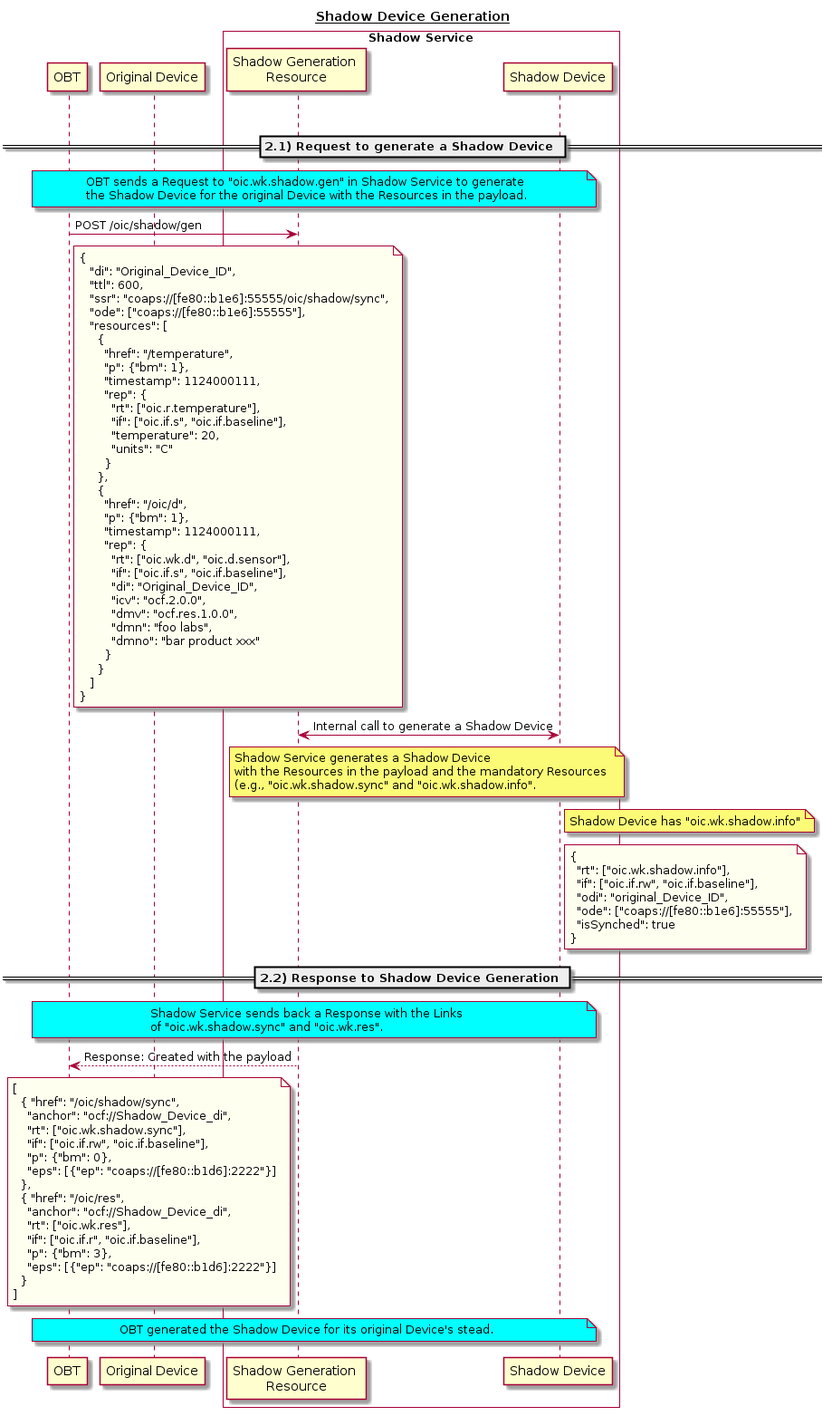
This is fig2 Shadow Device Generation.png from jinchoe/ShadowSync, a PlantUML export, as it was before one commit. The source it was exported from:
```plantuml
@startuml
title __Shadow Device Generation__

|||

participant OBT
participant "Original Device"
participant "Shadow Generation \nResource"
participant "Shadow Device"
box "Shadow Service" #White
participant "Shadow Generation \nResource"
participant "Shadow Device"
end box

== 2.1) Request to generate a Shadow Device ==

note over OBT, "Shadow Device" #Aqua
OBT sends a Request to "oic.wk.shadow.gen" in Shadow Service to generate
the Shadow Device for the original Device with the Resources in the payload.
endnote

OBT -> "Shadow Generation \nResource": POST /oic/shadow/gen

note right of OBT #ivory
{
   "di": "Original_Device_ID",
   "ttl": 600,
   "ssr": "coaps://[fe80::b1e6]:55555/oic/shadow/sync",
   "ode": ["coaps://[fe80::b1e6]:55555"],
   "resources": [
     {
       "href": "/temperature",
       "p": {"bm": 1},
       "timestamp": 1124000111,
       "rep": {
         "rt": ["oic.r.temperature"],
         "if": ["oic.if.s", "oic.if.baseline"],
         "temperature": 20,
         "units": "C"
       }
     },
     {
       "href": "/oic/d",
       "p": {"bm": 1},
       "timestamp": 1124000111,
       "rep": {
         "rt": ["oic.wk.d", "oic.d.sensor"],
         "if": ["oic.if.s", "oic.if.baseline"],
         "di": "Original_Device_ID",
         "icv": "ocf.2.0.0",
         "dmv": "ocf.res.1.0.0",
         "dmn": "foo labs",
         "dmno": "bar product xxx"
       }
     }
   ]
}
endnote

"Shadow Generation \nResource" <-> "Shadow Device": Internal call to generate a Shadow Device

note over "Shadow Generation \nResource", "Shadow Device"
Shadow Service generates a Shadow Device
with the Resources in the payload and the mandatory Resources
(e.g., "oic.wk.shadow.sync" and "oic.wk.shadow.info".
endnote

note right of "Shadow Device"
Shadow Device has "oic.wk.shadow.info"
endnote

note right of "Shadow Device" #ivory
{
  "rt": ["oic.wk.shadow.info"],
  "if": ["oic.if.rw", "oic.if.baseline"],
  "odi": "original_Device_ID",
  "ode": ["coaps://[fe80::b1e6]:55555"],
  "isSynched": true
}
endnote

== 2.2) Response to Shadow Device Generation ==

note over OBT, "Shadow Device" #Aqua
Shadow Service sends back a Response with the Links
of "oic.wk.shadow.sync" and "oic.wk.res".
endnote


"Shadow Generation \nResource" --> OBT: Response: Created with the payload

note left of "Shadow Generation \nResource" #ivory
[
  { "href": "/oic/shadow/sync",
    "anchor": "ocf://Shadow_Device_di",
    "rt": ["oic.wk.shadow.sync"],
    "if": ["oic.if.rw", "oic.if.baseline"],
    "p": {"bm": 0},
    "eps": [{"ep": "coaps://[fe80::b1d6]:2222"}]
  },
  { "href": "/oic/res",
    "anchor": "ocf://Shadow_Device_di",
    "rt": ["oic.wk.res"],
    "if": ["oic.if.r", "oic.if.baseline"],
    "p": {"bm": 3},
    "eps": [{"ep": "coaps://[fe80::b1d6]:2222"}]
  }
]
endnote

note over OBT, "Shadow Device" #Aqua
OBT generated the Shadow Device for its original Device's stead.
endnote
@enduml
```
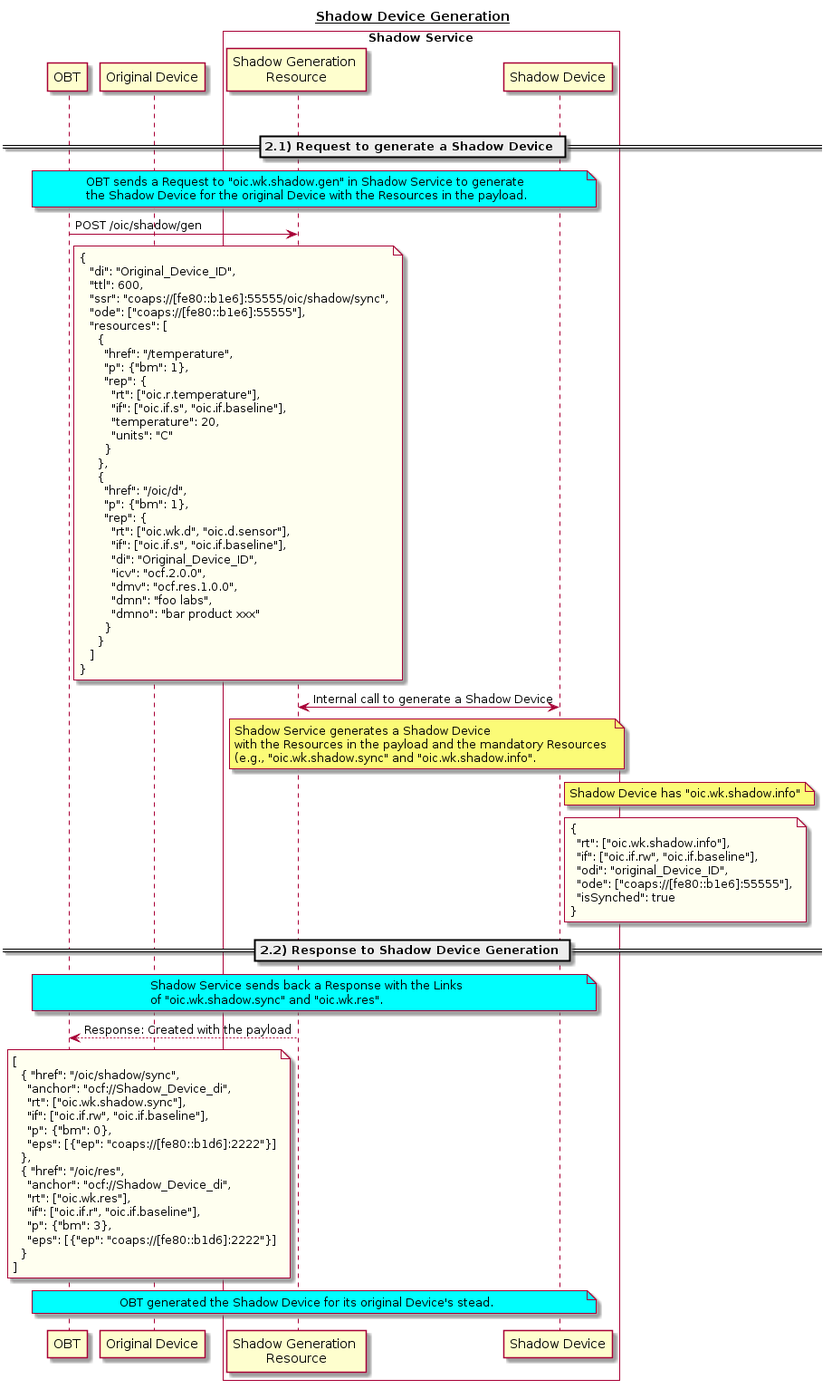
The same diagram one commit later.

Commit message:
timestamp removal

The edit, as a diff of the source:
```diff
@@ -31,7 +31,6 @@
      {
        "href": "/temperature",
        "p": {"bm": 1},
-       "timestamp": 1124000111,
        "rep": {
          "rt": ["oic.r.temperature"],
          "if": ["oic.if.s", "oic.if.baseline"],
@@ -42,7 +41,6 @@
      {
        "href": "/oic/d",
        "p": {"bm": 1},
-       "timestamp": 1124000111,
        "rep": {
          "rt": ["oic.wk.d", "oic.d.sensor"],
          "if": ["oic.if.s", "oic.if.baseline"],
```
